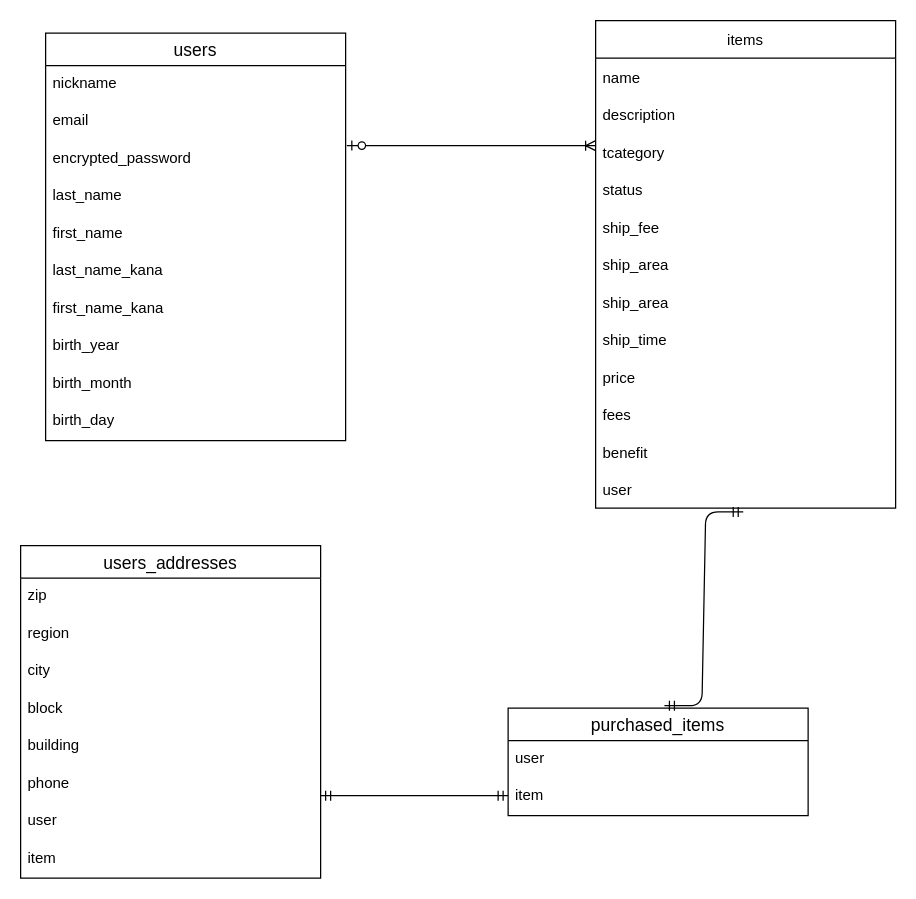
The draw.io diagram project.dio in akari1017/furima-37484, before the edit. Source tidied: cells renumbered, new cells numbered last; positions are measured from the earlier drawing's top-left corner, leaving out a move shared by most shapes. Both pictures are drawn from the tidied source at 125%, with x=0, y=0 at pixel (20, 20).
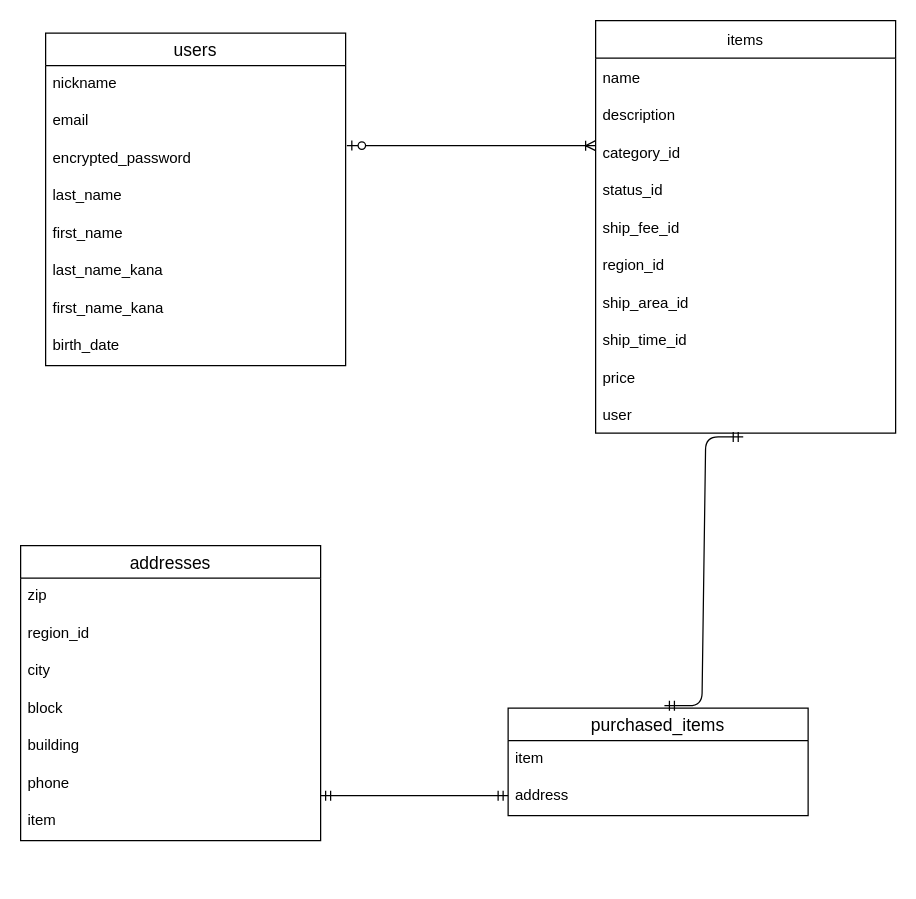
The same diagram, later.

Commit message (it also covers changes not shown here):
データベース設計(修正2)

Unchanged cells that the change refers to:
```xml
<mxCell id="36" value="purchased_items" style="swimlane;fontStyle=0;horizontal=1;startSize=26;align=center;fontSize=14;" parent="1" vertex="1">
  <mxGeometry x="390" y="550" width="240" height="86" as="geometry" />
</mxCell>
```

Change to the diagram source:
```diff
@@
     <mxCell id="2" value="users" style="swimlane;fontStyle=0;horizontal=1;startSize=26;align=center;fontSize=14;" parent="1" vertex="1">
-      <mxGeometry x="20" y="10" width="240" height="326" as="geometry" />
+      <mxGeometry x="20" y="10" width="240" height="266" as="geometry" />
     </mxCell>
@@
-    <mxCell id="10" value="birth_year" style="text;strokeColor=none;fillColor=none;spacingLeft=4;spacingRight=4;overflow=hidden;fontSize=12;" parent="2" vertex="1">
+    <mxCell id="10" value="birth_date" style="text;strokeColor=none;fillColor=none;spacingLeft=4;spacingRight=4;overflow=hidden;fontSize=12;" parent="2" vertex="1">
       <mxGeometry y="236" width="240" height="30" as="geometry" />
     </mxCell>
-    <mxCell id="11" value="birth_month" style="text;strokeColor=none;fillColor=none;spacingLeft=4;spacingRight=4;overflow=hidden;fontSize=12;" parent="2" vertex="1">
-      <mxGeometry y="266" width="240" height="30" as="geometry" />
-    </mxCell>
-    <mxCell id="12" value="birth_day" style="text;strokeColor=none;fillColor=none;spacingLeft=4;spacingRight=4;overflow=hidden;fontSize=12;" parent="2" vertex="1">
-      <mxGeometry y="296" width="240" height="30" as="geometry" />
-    </mxCell>
@@
     <mxCell id="14" value="items" style="swimlane;fontStyle=0;horizontal=1;startSize=30;gradientColor=none;" parent="1" vertex="1">
-      <mxGeometry x="460" width="240" height="390" as="geometry" />
+      <mxGeometry x="460" width="240" height="330" as="geometry" />
     </mxCell>
@@
-    <mxCell id="17" value="tcategory" style="text;strokeColor=none;fillColor=none;align=left;verticalAlign=middle;spacingLeft=4;spacingRight=4;overflow=hidden;" parent="14" vertex="1">
+    <mxCell id="17" value="category_id" style="text;strokeColor=none;fillColor=none;align=left;verticalAlign=middle;spacingLeft=4;spacingRight=4;overflow=hidden;" parent="14" vertex="1">
       <mxGeometry y="90" width="240" height="30" as="geometry" />
     </mxCell>
-    <mxCell id="18" value="status" style="text;strokeColor=none;fillColor=none;align=left;verticalAlign=middle;spacingLeft=4;spacingRight=4;overflow=hidden;" parent="14" vertex="1">
+    <mxCell id="18" value="status_id" style="text;strokeColor=none;fillColor=none;align=left;verticalAlign=middle;spacingLeft=4;spacingRight=4;overflow=hidden;" parent="14" vertex="1">
       <mxGeometry y="120" width="240" height="30" as="geometry" />
     </mxCell>
-    <mxCell id="19" value="ship_fee" style="text;strokeColor=none;fillColor=none;align=left;verticalAlign=middle;spacingLeft=4;spacingRight=4;overflow=hidden;" parent="14" vertex="1">
+    <mxCell id="19" value="ship_fee_id" style="text;strokeColor=none;fillColor=none;align=left;verticalAlign=middle;spacingLeft=4;spacingRight=4;overflow=hidden;" parent="14" vertex="1">
       <mxGeometry y="150" width="240" height="30" as="geometry" />
     </mxCell>
-    <mxCell id="20" value="ship_area" style="text;strokeColor=none;fillColor=none;align=left;verticalAlign=middle;spacingLeft=4;spacingRight=4;overflow=hidden;" parent="14" vertex="1">
+    <mxCell id="20" value="region_id" style="text;strokeColor=none;fillColor=none;align=left;verticalAlign=middle;spacingLeft=4;spacingRight=4;overflow=hidden;" parent="14" vertex="1">
       <mxGeometry y="180" width="240" height="30" as="geometry" />
     </mxCell>
-    <mxCell id="21" value="ship_area" style="text;strokeColor=none;fillColor=none;align=left;verticalAlign=middle;spacingLeft=4;spacingRight=4;overflow=hidden;" parent="14" vertex="1">
+    <mxCell id="21" value="ship_area_id" style="text;strokeColor=none;fillColor=none;align=left;verticalAlign=middle;spacingLeft=4;spacingRight=4;overflow=hidden;" parent="14" vertex="1">
       <mxGeometry y="210" width="240" height="30" as="geometry" />
     </mxCell>
-    <mxCell id="22" value="ship_time" style="text;strokeColor=none;fillColor=none;align=left;verticalAlign=middle;spacingLeft=4;spacingRight=4;overflow=hidden;" parent="14" vertex="1">
+    <mxCell id="22" value="ship_time_id" style="text;strokeColor=none;fillColor=none;align=left;verticalAlign=middle;spacingLeft=4;spacingRight=4;overflow=hidden;" parent="14" vertex="1">
       <mxGeometry y="240" width="240" height="30" as="geometry" />
     </mxCell>
@@
-    <mxCell id="24" value="fees" style="text;strokeColor=none;fillColor=none;align=left;verticalAlign=middle;spacingLeft=4;spacingRight=4;overflow=hidden;" parent="14" vertex="1">
-      <mxGeometry y="300" width="240" height="30" as="geometry" />
-    </mxCell>
-    <mxCell id="25" value="benefit" style="text;strokeColor=none;fillColor=none;align=left;verticalAlign=middle;spacingLeft=4;spacingRight=4;overflow=hidden;" parent="14" vertex="1">
-      <mxGeometry y="330" width="240" height="30" as="geometry" />
-    </mxCell>
     <mxCell id="26" value="user" style="text;strokeColor=none;fillColor=none;align=left;verticalAlign=middle;spacingLeft=4;spacingRight=4;overflow=hidden;points=[[0,0.5],[1,0.5]];portConstraint=eastwest;" parent="14" vertex="1">
-      <mxGeometry y="360" width="240" height="30" as="geometry" />
+      <mxGeometry y="300" width="240" height="30" as="geometry" />
     </mxCell>
-    <mxCell id="27" value="users_addresses" style="swimlane;fontStyle=0;horizontal=1;startSize=26;align=center;fontSize=14;" parent="1" vertex="1">
-      <mxGeometry y="420" width="240" height="266" as="geometry" />
+    <mxCell id="27" value="addresses" style="swimlane;fontStyle=0;horizontal=1;startSize=26;align=center;fontSize=14;" parent="1" vertex="1">
+      <mxGeometry y="420" width="240" height="236" as="geometry" />
     </mxCell>
@@
-    <mxCell id="29" value="region" style="text;strokeColor=none;fillColor=none;spacingLeft=4;spacingRight=4;overflow=hidden;fontSize=12;" parent="27" vertex="1">
+    <mxCell id="29" value="region_id" style="text;strokeColor=none;fillColor=none;spacingLeft=4;spacingRight=4;overflow=hidden;fontSize=12;" parent="27" vertex="1">
       <mxGeometry y="56" width="240" height="30" as="geometry" />
     </mxCell>
@@
-    <mxCell id="34" value="user" style="text;strokeColor=none;fillColor=none;spacingLeft=4;spacingRight=4;overflow=hidden;fontSize=12;" parent="27" vertex="1">
-      <mxGeometry y="206" width="240" height="30" as="geometry" />
-    </mxCell>
     <mxCell id="35" value="item" style="text;strokeColor=none;fillColor=none;spacingLeft=4;spacingRight=4;overflow=hidden;fontSize=12;" parent="27" vertex="1">
-      <mxGeometry y="236" width="240" height="30" as="geometry" />
+      <mxGeometry y="206" width="240" height="30" as="geometry" />
     </mxCell>
@@
-    <mxCell id="37" value="user" style="text;strokeColor=none;fillColor=none;spacingLeft=4;spacingRight=4;overflow=hidden;fontSize=12;" parent="36" vertex="1">
+    <mxCell id="37" value="item" style="text;strokeColor=none;fillColor=none;spacingLeft=4;spacingRight=4;overflow=hidden;fontSize=12;" parent="36" vertex="1">
       <mxGeometry y="26" width="240" height="30" as="geometry" />
     </mxCell>
-    <mxCell id="38" value="item" style="text;strokeColor=none;fillColor=none;spacingLeft=4;spacingRight=4;overflow=hidden;points=[[0,0.5],[1,0.5]];portConstraint=eastwest;fontSize=12;" parent="36" vertex="1">
+    <mxCell id="38" value="address" style="text;strokeColor=none;fillColor=none;spacingLeft=4;spacingRight=4;overflow=hidden;points=[[0,0.5],[1,0.5]];portConstraint=eastwest;fontSize=12;" parent="36" vertex="1">
       <mxGeometry y="56" width="240" height="30" as="geometry" />
     </mxCell>
```
